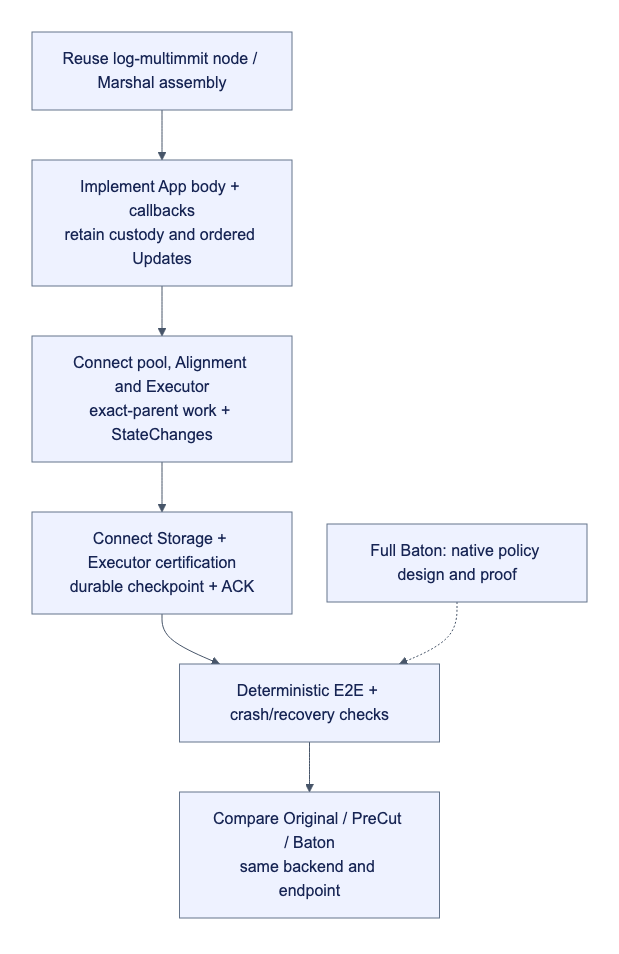
djm07073/baton keeps this Mermaid diagram as docs/assets/diagrams/diagram-46.png. Above is the earlier version. Its source is kept beside it as docs/assets/diagrams/diagram-46.mmd.
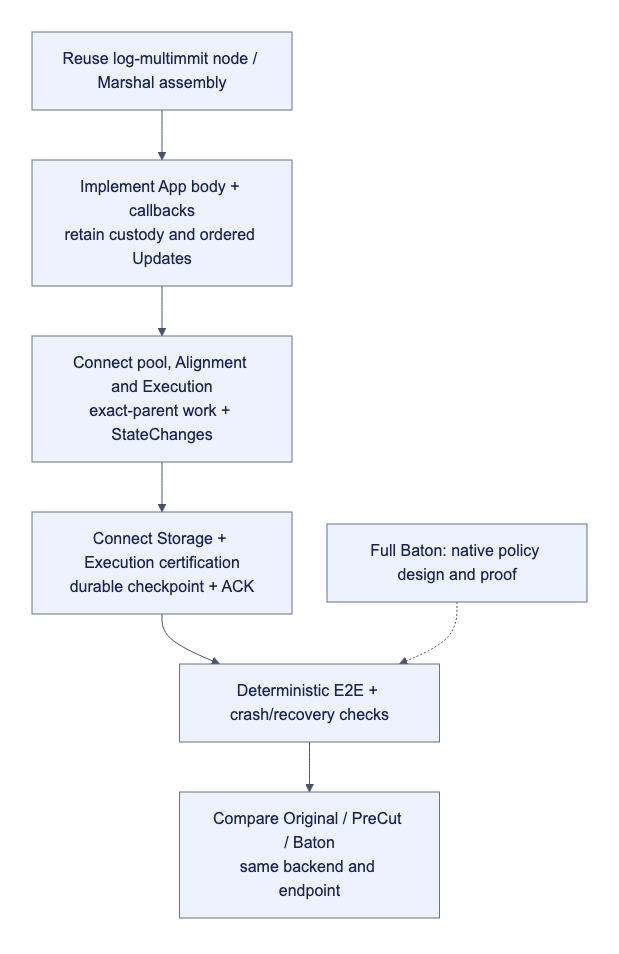
After the change.

Change to the diagram source:
```diff
@@ -1,7 +1,7 @@
 flowchart TB
     N["Reuse log-multimmit node / Marshal assembly"] --> A["Implement App body + callbacks<br/>retain custody and ordered Updates"]
-    A --> E["Connect pool, Alignment and Executor<br/>exact-parent work + StateChanges"]
-    E --> S["Connect Storage + Executor certification<br/>durable checkpoint + ACK"]
+    A --> E["Connect pool, Alignment and Execution<br/>exact-parent work + StateChanges"]
+    E --> S["Connect Storage + Execution certification<br/>durable checkpoint + ACK"]
     S --> T["Deterministic E2E + crash/recovery checks"]
     T --> B["Compare Original / PreCut / Baton<br/>same backend and endpoint"]
     X["Full Baton: native policy design and proof"] -.-> T
```
